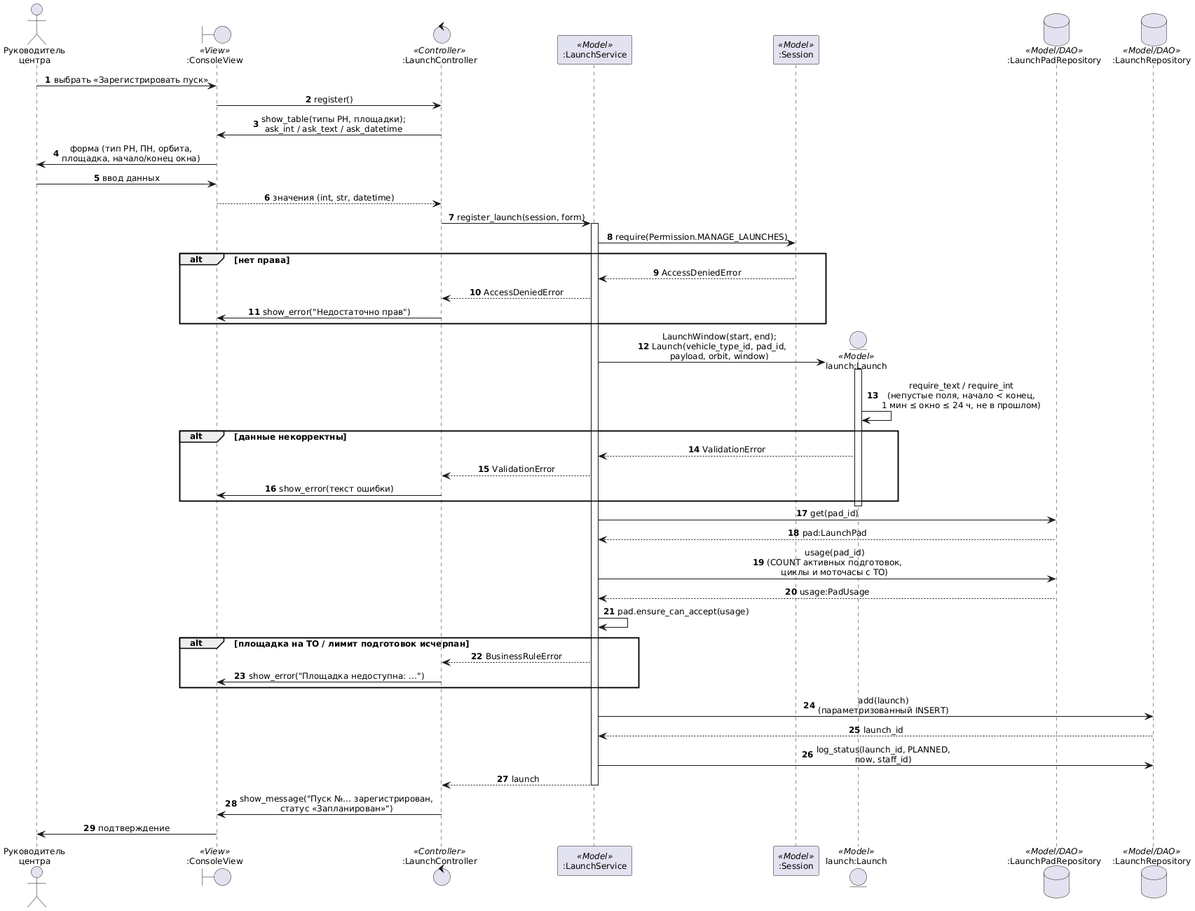
Earlier version of the PlantUML export docs/diagrams/uml/seq_register_launch.png (r3DBAD/SpaceCenter).
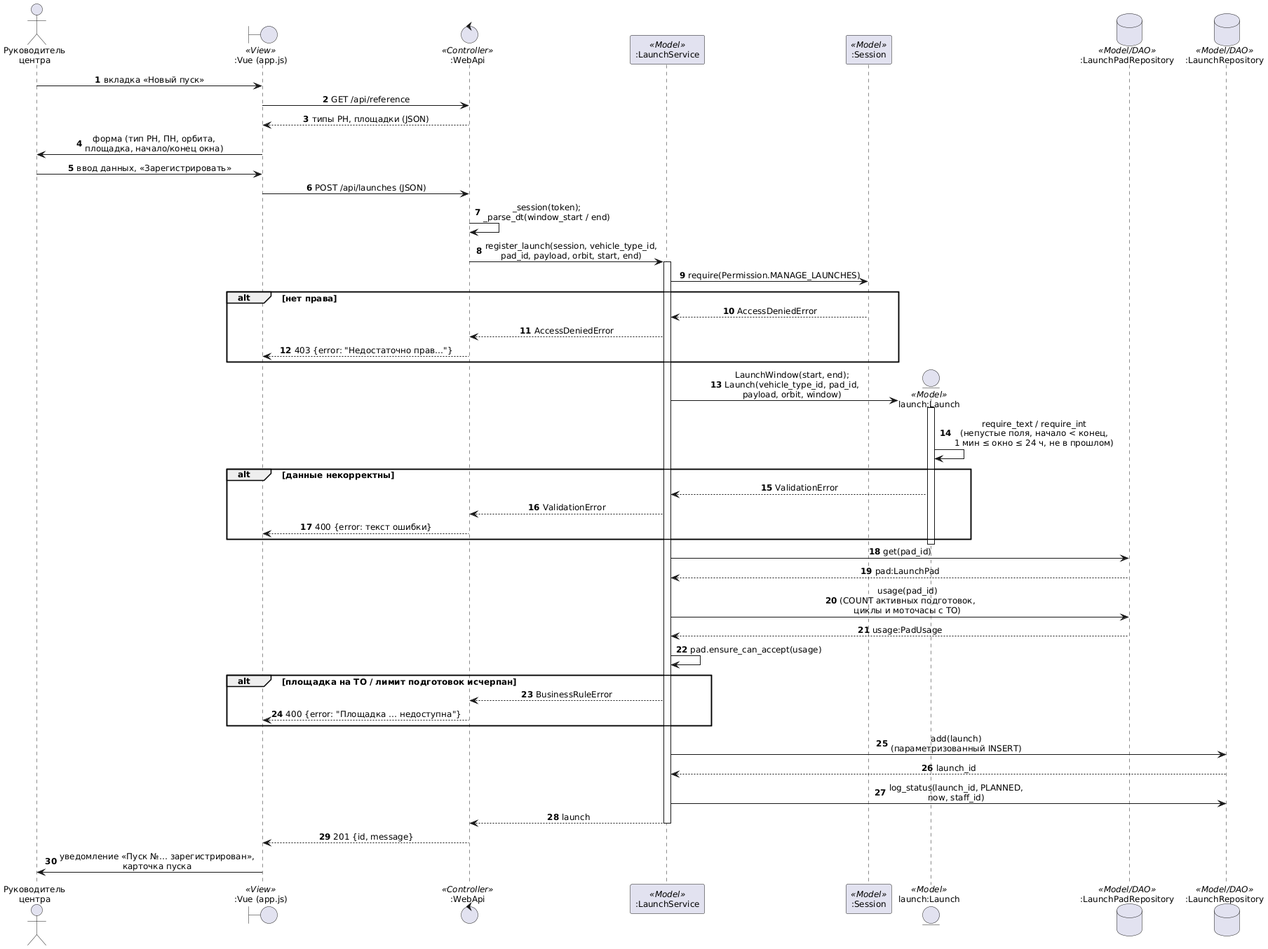
The same diagram one commit later.

The edit, as a diff of the source:
```diff
@@ -7,28 +7,29 @@
 autonumber
 
 actor "Руководитель\nцентра" as U
-boundary ":ConsoleView" as V <<View>>
-control ":LaunchController" as C <<Controller>>
+boundary ":Vue (app.js)" as V <<View>>
+control ":WebApi" as C <<Controller>>
 participant ":LaunchService" as S <<Model>>
 participant ":Session" as Ses <<Model>>
 entity "launch:Launch" as L <<Model>>
 database ":LaunchPadRepository" as PR <<Model/DAO>>
 database ":LaunchRepository" as LR <<Model/DAO>>
 
-U -> V : выбрать «Зарегистрировать пуск»
-V -> C : register()
-C -> V : show_table(типы РН, площадки);\nask_int / ask_text / ask_datetime
+U -> V : вкладка «Новый пуск»
+V -> C : GET /api/reference
+C --> V : типы РН, площадки (JSON)
 V -> U : форма (тип РН, ПН, орбита,\nплощадка, начало/конец окна)
-U -> V : ввод данных
-V --> C : значения (int, str, datetime)
+U -> V : ввод данных, «Зарегистрировать»
+V -> C : POST /api/launches (JSON)
+C -> C : _session(token);\n_parse_dt(window_start / end)
 
-C -> S : register_launch(session, form)
+C -> S : register_launch(session, vehicle_type_id,\npad_id, payload, orbit, start, end)
 activate S
 S -> Ses : require(Permission.MANAGE_LAUNCHES)
 alt нет права
   Ses --> S : AccessDeniedError
   S --> C : AccessDeniedError
-  C -> V : show_error("Недостаточно прав")
+  C --> V : 403 {error: "Недостаточно прав…"}
 end
 
 S -> L ** : LaunchWindow(start, end);\nLaunch(vehicle_type_id, pad_id,\npayload, orbit, window)
@@ -37,7 +38,7 @@
 alt данные некорректны
   L --> S : ValidationError
   S --> C : ValidationError
-  C -> V : show_error(текст ошибки)
+  C --> V : 400 {error: текст ошибки}
 end
 deactivate L
 
@@ -48,7 +49,7 @@
 S -> S : pad.ensure_can_accept(usage)
 alt площадка на ТО / лимит подготовок исчерпан
   S --> C : BusinessRuleError
-  C -> V : show_error("Площадка недоступна: …")
+  C --> V : 400 {error: "Площадка … недоступна"}
 end
 
 S -> LR : add(launch)\n(параметризованный INSERT)
@@ -56,6 +57,6 @@
 S -> LR : log_status(launch_id, PLANNED,\nnow, staff_id)
 S --> C : launch
 deactivate S
-C -> V : show_message("Пуск №… зарегистрирован,\nстатус «Запланирован»")
-V -> U : подтверждение
+C --> V : 201 {id, message}
+V -> U : уведомление «Пуск №… зарегистрирован»,\nкарточка пуска
 @enduml
```
